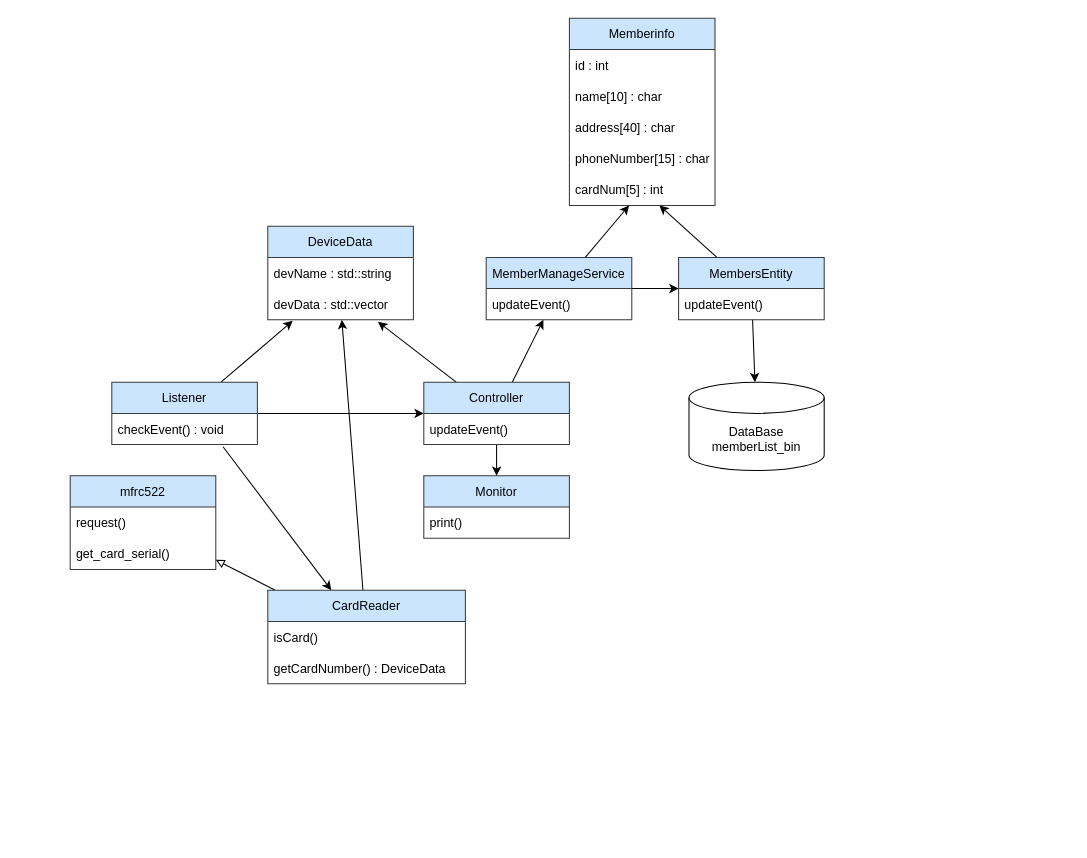
This is sw_design/golfMembersManager.drawio from Stradito/GolfMembersManager, a draw.io file, before an edit. Source tidied: cells renumbered, new cells numbered last; positions are measured from the earlier drawing's top-left corner, leaving out a move shared by most shapes. Both pictures are drawn from the tidied source at 104%, with x=0, y=0 at pixel (70, 18).
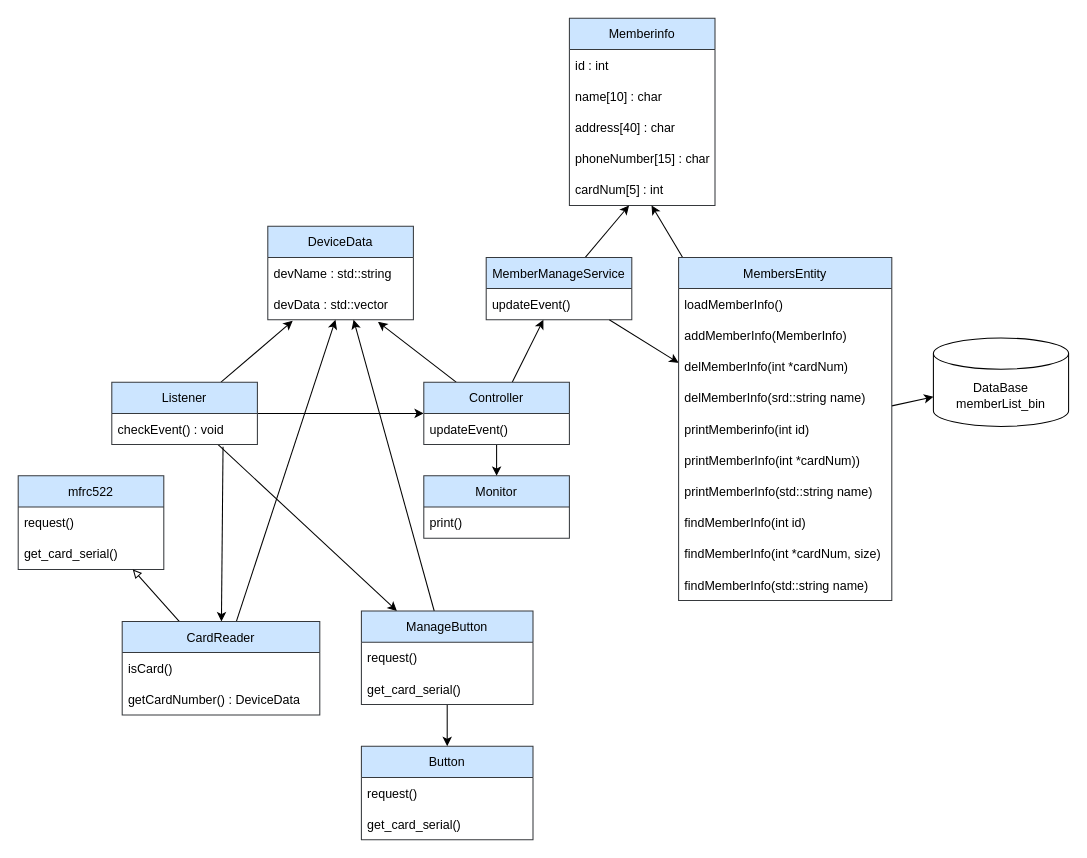
The same page after the edit.

The change refers to these unchanged cells:
```xml
<mxCell id="5" value="Listener" style="swimlane;fontStyle=0;horizontal=1;startSize=30;fillColor=#cce5ff;strokeColor=#36393d;" parent="1" vertex="1">
  <mxGeometry x="40" y="350" width="140" height="60" as="geometry" />
</mxCell>
<mxCell id="17" value="DeviceData" style="swimlane;fontStyle=0;horizontal=1;startSize=30;fillColor=#cce5ff;strokeColor=#36393d;" parent="1" vertex="1">
  <mxGeometry x="190" y="200" width="140" height="90" as="geometry" />
</mxCell>
```

What changed in the source:
```diff
@@
+    <mxCell id="40" style="edgeStyle=none;html=1;" parent="1" edge="1" source="5" target="55">
+      <mxGeometry relative="1" as="geometry" />
+    </mxCell>
@@
     <mxCell id="7" value="mfrc522" style="swimlane;fontStyle=0;horizontal=1;startSize=30;fillColor=#cce5ff;strokeColor=#36393d;" parent="1" vertex="1">
-      <mxGeometry y="440" width="140" height="90" as="geometry" />
+      <mxGeometry x="-50" y="440" width="140" height="90" as="geometry" />
     </mxCell>
@@
     <mxCell id="22" value="CardReader" style="swimlane;fontStyle=0;horizontal=1;startSize=30;fillColor=#cce5ff;strokeColor=#36393d;" parent="1" vertex="1">
-      <mxGeometry x="190" y="550" width="190" height="90" as="geometry" />
+      <mxGeometry x="50" y="580" width="190" height="90" as="geometry" />
     </mxCell>
@@
     <mxCell id="25" value="DataBase&lt;br&gt;memberList_bin" style="shape=cylinder3;whiteSpace=wrap;html=1;boundedLbl=1;backgroundOutline=1;size=15;" parent="1" vertex="1">
-      <mxGeometry x="595" y="350" width="130" height="85" as="geometry" />
+      <mxGeometry x="830" y="307.5" width="130" height="85" as="geometry" />
     </mxCell>
@@
     <mxCell id="38" value="MembersEntity" style="swimlane;fontStyle=0;horizontal=1;startSize=30;fillColor=#cce5ff;strokeColor=#36393d;" parent="1" vertex="1">
-      <mxGeometry x="585" y="230" width="140" height="60" as="geometry" />
+      <mxGeometry x="585" y="230" width="205" height="330" as="geometry" />
     </mxCell>
+    <mxCell id="41" value="loadMemberInfo()" style="text;align=left;verticalAlign=middle;spacingLeft=4;spacingRight=4;overflow=hidden;" parent="38" vertex="1">
+      <mxGeometry y="30" width="205" height="30" as="geometry" />
+    </mxCell>
-    <mxCell id="39" value="updateEvent()" style="text;align=left;verticalAlign=middle;spacingLeft=4;spacingRight=4;overflow=hidden;" parent="38" vertex="1">
-      <mxGeometry y="30" width="140" height="30" as="geometry" />
+    <mxCell id="39" value="addMemberInfo(MemberInfo)" style="text;align=left;verticalAlign=middle;spacingLeft=4;spacingRight=4;overflow=hidden;" parent="38" vertex="1">
+      <mxGeometry y="60" width="205" height="30" as="geometry" />
     </mxCell>
+    <mxCell id="42" value="delMemberInfo(int *cardNum)" style="text;align=left;verticalAlign=middle;spacingLeft=4;spacingRight=4;overflow=hidden;" parent="38" vertex="1">
+      <mxGeometry y="90" width="205" height="30" as="geometry" />
+    </mxCell>
+    <mxCell id="43" value="delMemberInfo(srd::string name)" style="text;align=left;verticalAlign=middle;spacingLeft=4;spacingRight=4;overflow=hidden;" parent="38" vertex="1">
+      <mxGeometry y="120" width="205" height="30" as="geometry" />
+    </mxCell>
+    <mxCell id="44" value="printMemberinfo(int id)" style="text;align=left;verticalAlign=middle;spacingLeft=4;spacingRight=4;overflow=hidden;" parent="38" vertex="1">
+      <mxGeometry y="150" width="205" height="30" as="geometry" />
+    </mxCell>
+    <mxCell id="45" value="printMemberInfo(int *cardNum))" style="text;align=left;verticalAlign=middle;spacingLeft=4;spacingRight=4;overflow=hidden;" parent="38" vertex="1">
+      <mxGeometry y="180" width="205" height="30" as="geometry" />
+    </mxCell>
+    <mxCell id="46" value="printMemberInfo(std::string name)" style="text;align=left;verticalAlign=middle;spacingLeft=4;spacingRight=4;overflow=hidden;" parent="38" vertex="1">
+      <mxGeometry y="210" width="205" height="30" as="geometry" />
+    </mxCell>
+    <mxCell id="47" value="findMemberInfo(int id)" style="text;align=left;verticalAlign=middle;spacingLeft=4;spacingRight=4;overflow=hidden;" parent="38" vertex="1">
+      <mxGeometry y="240" width="205" height="30" as="geometry" />
+    </mxCell>
+    <mxCell id="48" value="findMemberInfo(int *cardNum, size)" style="text;align=left;verticalAlign=middle;spacingLeft=4;spacingRight=4;overflow=hidden;" parent="38" vertex="1">
+      <mxGeometry y="270" width="205" height="30" as="geometry" />
+    </mxCell>
+    <mxCell id="49" value="findMemberInfo(std::string name)" style="text;align=left;verticalAlign=middle;spacingLeft=4;spacingRight=4;overflow=hidden;" parent="38" vertex="1">
+      <mxGeometry y="300" width="205" height="30" as="geometry" />
+    </mxCell>
+    <mxCell id="50" value="Button" style="swimlane;fontStyle=0;horizontal=1;startSize=30;fillColor=#cce5ff;strokeColor=#36393d;" parent="1" vertex="1">
+      <mxGeometry x="280" y="700" width="165" height="90" as="geometry" />
+    </mxCell>
+    <mxCell id="51" value="request()" style="text;align=left;verticalAlign=middle;spacingLeft=4;spacingRight=4;overflow=hidden;" parent="50" vertex="1">
+      <mxGeometry y="30" width="165" height="30" as="geometry" />
+    </mxCell>
+    <mxCell id="52" value="get_card_serial()" style="text;align=left;verticalAlign=middle;spacingLeft=4;spacingRight=4;overflow=hidden;" parent="50" vertex="1">
+      <mxGeometry y="60" width="165" height="30" as="geometry" />
+    </mxCell>
+    <mxCell id="53" style="edgeStyle=none;html=1;" parent="1" edge="1" source="55" target="50">
+      <mxGeometry relative="1" as="geometry" />
+    </mxCell>
+    <mxCell id="54" style="edgeStyle=none;html=1;" parent="1" edge="1" source="55" target="17">
+      <mxGeometry relative="1" as="geometry" />
+    </mxCell>
+    <mxCell id="55" value="ManageButton" style="swimlane;fontStyle=0;horizontal=1;startSize=30;fillColor=#cce5ff;strokeColor=#36393d;" parent="1" vertex="1">
+      <mxGeometry x="280" y="570" width="165" height="90" as="geometry" />
+    </mxCell>
+    <mxCell id="56" value="request()" style="text;align=left;verticalAlign=middle;spacingLeft=4;spacingRight=4;overflow=hidden;" parent="55" vertex="1">
+      <mxGeometry y="30" width="165" height="30" as="geometry" />
+    </mxCell>
+    <mxCell id="57" value="get_card_serial()" style="text;align=left;verticalAlign=middle;spacingLeft=4;spacingRight=4;overflow=hidden;" parent="55" vertex="1">
+      <mxGeometry y="60" width="165" height="30" as="geometry" />
+    </mxCell>
```
